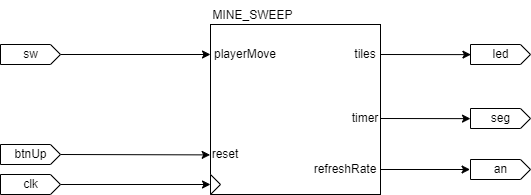
rbrinson2/CPE-3020-VHDL_Design keeps this draw.io diagram as Lab4_Mine_Sweep/Sources/Diagrams/Lab4Wrapper.png. Above is the earlier version. Source tidied: cells renumbered, new cells last; positions are measured from the earlier drawing's top-left corner, leaving out a move shared by most shapes.
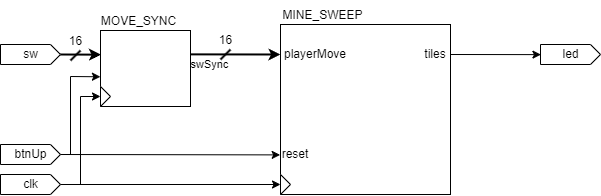
After the commit.

What changed in the source:
```diff
@@ -17,29 +17,39 @@
     <mxCell id="6" value="tiles" style="text;html=1;strokeColor=none;fillColor=none;align=center;verticalAlign=middle;whiteSpace=wrap;rounded=0;" parent="2" vertex="1">
       <mxGeometry x="140" y="20" width="30" height="20" as="geometry" />
     </mxCell>
-    <mxCell id="7" value="timer" style="text;html=1;strokeColor=none;fillColor=none;align=center;verticalAlign=middle;whiteSpace=wrap;rounded=0;" parent="2" vertex="1">
-      <mxGeometry x="140" y="84" width="30" height="20" as="geometry" />
-    </mxCell>
-    <mxCell id="8" value="refreshRate" style="text;html=1;strokeColor=none;fillColor=none;align=center;verticalAlign=middle;whiteSpace=wrap;rounded=0;" parent="2" vertex="1">
-      <mxGeometry x="100" y="135" width="70" height="20" as="geometry" />
-    </mxCell>
-    <mxCell id="9" style="edgeStyle=none;html=1;exitX=0;exitY=0;exitDx=60;exitDy=10;exitPerimeter=0;entryX=0;entryY=0.5;entryDx=0;entryDy=0;" parent="1" edge="1" source="10" target="5">
-      <mxGeometry relative="1" as="geometry" />
-    </mxCell>
+    <mxCell id="22" style="edgeStyle=none;html=1;exitX=0;exitY=0;exitDx=60;exitDy=10;exitPerimeter=0;strokeWidth=2;entryX=0.006;entryY=0.318;entryDx=0;entryDy=0;entryPerimeter=0;" parent="1" edge="1" source="10" target="27">
+      <mxGeometry relative="1" as="geometry" />
+    </mxCell>
     <mxCell id="10" value="sw" style="externalPins=0;shadow=0;dashed=0;align=center;html=1;strokeWidth=1;shape=mxgraph.rtl.abstract.entity;kind=input;drawPins=0;left=0;right=1;bottom=0;top=0;" parent="1" vertex="1">
-      <mxGeometry y="44" width="60" height="20" as="geometry" />
+      <mxGeometry x="-70" y="44" width="60" height="20" as="geometry" />
     </mxCell>
     <mxCell id="11" style="edgeStyle=none;html=1;exitX=0;exitY=0;exitDx=60;exitDy=10;exitPerimeter=0;entryX=-0.002;entryY=0.767;entryDx=0;entryDy=0;entryPerimeter=0;" parent="1" edge="1" source="12" target="2">
       <mxGeometry relative="1" as="geometry" />
     </mxCell>
+    <mxCell id="23" style="edgeStyle=none;rounded=0;html=1;exitX=0;exitY=0;exitDx=60.00000000000001;exitDy=10;exitPerimeter=0;entryX=-0.001;entryY=0.609;entryDx=0;entryDy=0;entryPerimeter=0;strokeWidth=1;" parent="1" edge="1" source="12" target="27">
+      <mxGeometry relative="1" as="geometry">
+        <Array as="points">
+          <mxPoint y="154" />
+          <mxPoint y="76" />
+        </Array>
+      </mxGeometry>
+    </mxCell>
     <mxCell id="12" value="btnUp" style="externalPins=0;shadow=0;dashed=0;align=center;html=1;strokeWidth=1;shape=mxgraph.rtl.abstract.entity;kind=input;drawPins=0;left=0;right=1;bottom=0;top=0;" parent="1" vertex="1">
-      <mxGeometry y="144" width="60" height="20" as="geometry" />
+      <mxGeometry x="-70" y="144" width="60" height="20" as="geometry" />
     </mxCell>
     <mxCell id="13" style="edgeStyle=none;html=1;exitX=0;exitY=0;exitDx=60;exitDy=10;exitPerimeter=0;entryX=0;entryY=0.5;entryDx=0;entryDy=0;" parent="1" edge="1" source="14" target="3">
       <mxGeometry relative="1" as="geometry" />
     </mxCell>
+    <mxCell id="24" style="edgeStyle=none;html=1;exitX=0;exitY=0;exitDx=60;exitDy=10;exitPerimeter=0;entryX=0;entryY=0.5;entryDx=0;entryDy=0;strokeWidth=1;rounded=0;" parent="1" edge="1" source="14" target="28">
+      <mxGeometry relative="1" as="geometry">
+        <Array as="points">
+          <mxPoint x="10" y="184" />
+          <mxPoint x="10" y="96" />
+        </Array>
+      </mxGeometry>
+    </mxCell>
     <mxCell id="14" value="clk" style="externalPins=0;shadow=0;dashed=0;align=center;html=1;strokeWidth=1;shape=mxgraph.rtl.abstract.entity;kind=input;drawPins=0;left=0;right=1;bottom=0;top=0;" parent="1" vertex="1">
-      <mxGeometry y="174" width="60" height="20" as="geometry" />
+      <mxGeometry x="-70" y="174" width="60" height="20" as="geometry" />
     </mxCell>
     <mxCell id="15" value="led" style="externalPins=0;shadow=0;dashed=0;align=center;html=1;strokeWidth=1;shape=mxgraph.rtl.abstract.entity;kind=input;drawPins=0;left=0;right=1;bottom=0;top=0;" parent="1" vertex="1">
       <mxGeometry x="470" y="44" width="60" height="20" as="geometry" />
@@ -47,20 +57,31 @@
     <mxCell id="16" style="edgeStyle=none;html=1;exitX=1;exitY=0.5;exitDx=0;exitDy=0;entryX=0.007;entryY=0.506;entryDx=0;entryDy=0;entryPerimeter=0;" parent="1" edge="1" source="6" target="15">
       <mxGeometry relative="1" as="geometry" />
     </mxCell>
-    <mxCell id="17" value="seg" style="externalPins=0;shadow=0;dashed=0;align=center;html=1;strokeWidth=1;shape=mxgraph.rtl.abstract.entity;kind=input;drawPins=0;left=0;right=1;bottom=0;top=0;" parent="1" vertex="1">
-      <mxGeometry x="470" y="108" width="60" height="20" as="geometry" />
-    </mxCell>
-    <mxCell id="18" style="edgeStyle=none;html=1;exitX=1;exitY=0.5;exitDx=0;exitDy=0;entryX=0;entryY=0.507;entryDx=0;entryDy=0;entryPerimeter=0;" parent="1" edge="1" source="7" target="17">
-      <mxGeometry relative="1" as="geometry" />
-    </mxCell>
-    <mxCell id="19" value="an" style="externalPins=0;shadow=0;dashed=0;align=center;html=1;strokeWidth=1;shape=mxgraph.rtl.abstract.entity;kind=input;drawPins=0;left=0;right=1;bottom=0;top=0;" parent="1" vertex="1">
-      <mxGeometry x="470" y="159" width="60" height="20" as="geometry" />
-    </mxCell>
-    <mxCell id="20" style="edgeStyle=none;html=1;exitX=1;exitY=0.5;exitDx=0;exitDy=0;entryX=-0.007;entryY=0.5;entryDx=0;entryDy=0;entryPerimeter=0;" parent="1" edge="1" source="8" target="19">
-      <mxGeometry relative="1" as="geometry" />
-    </mxCell>
     <mxCell id="21" value="MINE_SWEEP" style="text;html=1;strokeColor=none;fillColor=none;align=center;verticalAlign=middle;whiteSpace=wrap;rounded=0;" parent="1" vertex="1">
       <mxGeometry x="205" width="95" height="30" as="geometry" />
     </mxCell>
+    <mxCell id="25" style="edgeStyle=none;html=1;exitX=0.993;exitY=0.314;exitDx=0;exitDy=0;exitPerimeter=0;entryX=0;entryY=0.5;entryDx=0;entryDy=0;strokeWidth=2;" parent="1" edge="1" source="27" target="5">
+      <mxGeometry relative="1" as="geometry" />
+    </mxCell>
+    <mxCell id="26" value="swSync" style="edgeLabel;html=1;align=center;verticalAlign=middle;" parent="25" vertex="1">
+      <mxGeometry x="-0.73" relative="1" as="geometry">
+        <mxPoint x="7" y="10" as="offset" />
+      </mxGeometry>
+    </mxCell>
+    <mxCell id="27" style="externalPins=0;shadow=0;dashed=0;align=center;html=1;strokeWidth=1;shape=mxgraph.rtl.abstract.entity;kind=sequential;drawPins=0;left=3;right=2;bottom=0;top=0;" parent="1" vertex="1">
+      <mxGeometry x="30" y="30" width="90" height="76" as="geometry" />
+    </mxCell>
+    <mxCell id="28" style="triangle;whiteSpace=wrap;html=1;" parent="27" vertex="1">
+      <mxGeometry y="56" width="10" height="20" as="geometry" />
+    </mxCell>
+    <mxCell id="29" value="MOVE_SYNC" style="text;html=1;align=center;verticalAlign=middle;strokeColor=none;fillColor=none;" parent="1" vertex="1">
+      <mxGeometry x="18" y="6" width="100" height="30" as="geometry" />
+    </mxCell>
+    <mxCell id="30" value="16" style="verticalLabelPosition=top;shadow=0;dashed=0;align=center;html=1;verticalAlign=bottom;shape=mxgraph.electrical.transmission.bus_width;strokeWidth=2;labelPosition=center;" parent="1" vertex="1">
+      <mxGeometry x="150" y="49" width="10" height="10" as="geometry" />
+    </mxCell>
+    <mxCell id="31" value="16" style="verticalLabelPosition=top;shadow=0;dashed=0;align=center;html=1;verticalAlign=bottom;shape=mxgraph.electrical.transmission.bus_width;strokeWidth=2;labelPosition=center;" parent="1" vertex="1">
+      <mxGeometry y="50" width="10" height="10" as="geometry" />
+    </mxCell>
   </root>
 </mxGraphModel>
```
